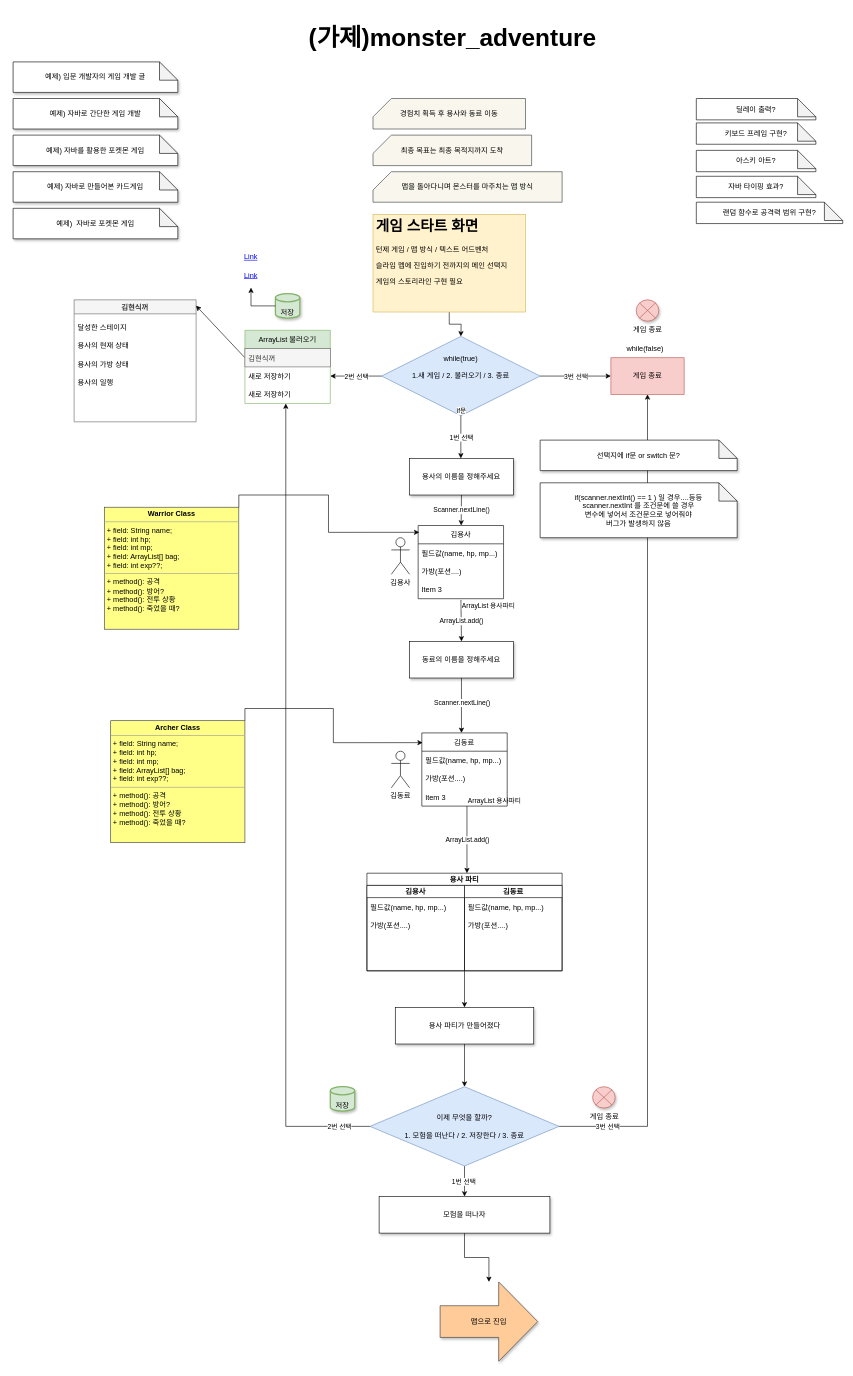
slime-and-Hero/slime_adventure keeps this draw.io diagram as page "game_start" (1 of 4) of Untitled Diagram.drawio. Above is the earlier version. Source tidied: cells renumbered, new cells numbered last; positions are measured from the earlier drawing's top-left corner, leaving out a move shared by most shapes. Both pictures are drawn from the tidied source at 61%, with x=0, y=0 at pixel (13, 13).
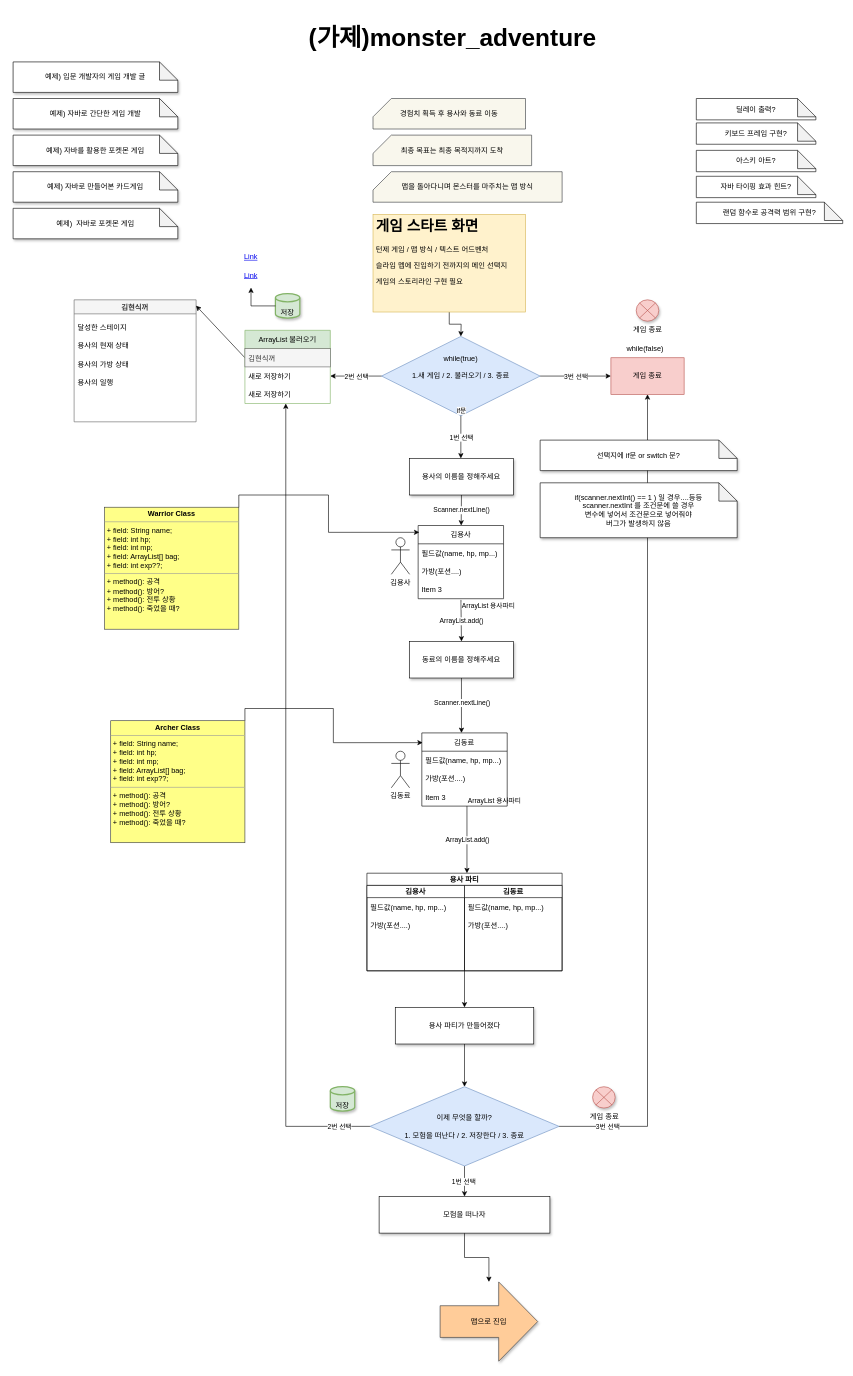
The same diagram, later.

Diff of the diagram source:
```diff
@@
-    <mxCell id="95" value="자바 타이핑 효과?" style="shape=note;whiteSpace=wrap;html=1;backgroundOutline=1;darkOpacity=0.05;" parent="1" vertex="1">
+    <mxCell id="95" value="자바 타이핑 효과 힌트?" style="shape=note;whiteSpace=wrap;html=1;backgroundOutline=1;darkOpacity=0.05;" parent="1" vertex="1">
       <mxGeometry x="1120" y="267.5" width="196" height="35" as="geometry" />
     </mxCell>
```
